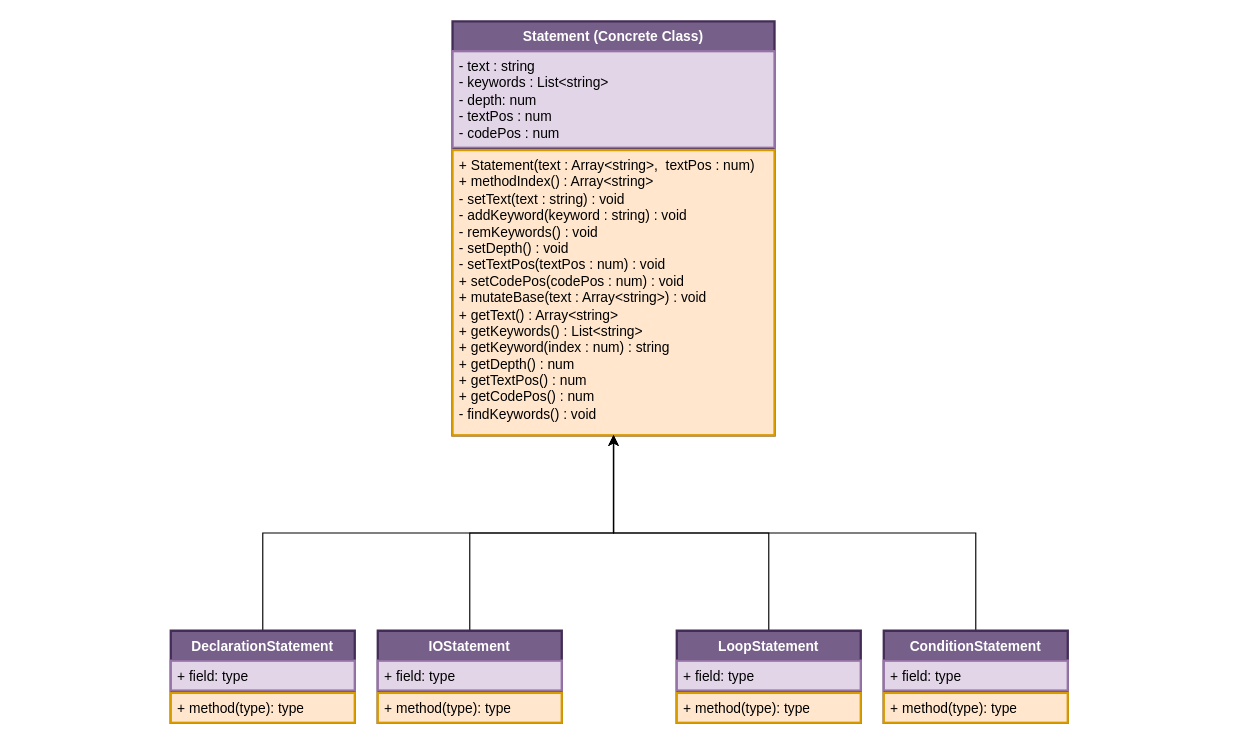
Before: page "Statement" (2 of 6) of dev/ClassDiagrams.drawio in BroerSakki/PseudoCompiler, a draw.io diagram. Source tidied: cells renumbered, new cells numbered last; positions are measured from the earlier drawing's top-left corner, leaving out a move shared by most shapes. Both pictures are drawn from the tidied source at 115%, with x=0, y=0 at pixel (170, 21).
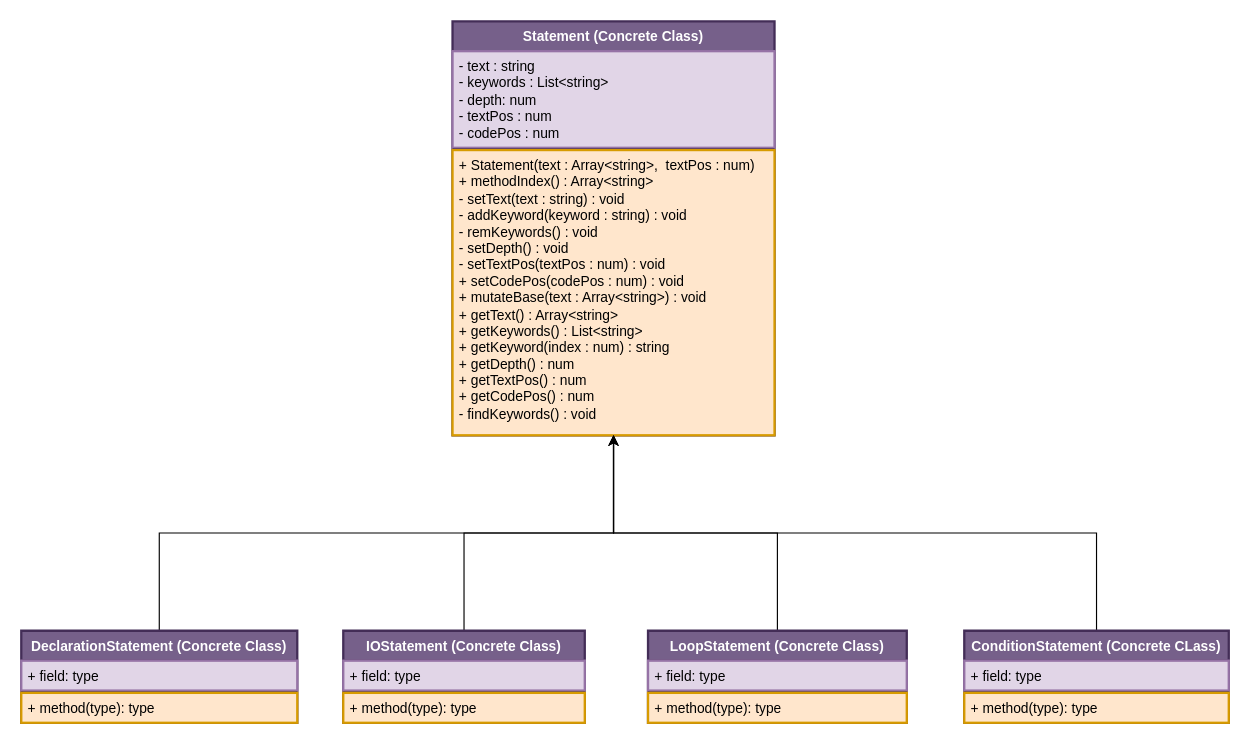
The same diagram, later.

Commit message (it also covers changes not shown here):
Class Diagrams version 2.0.1

Diff of the diagram source:
```diff
@@
-    <mxCell id="7" value="DeclarationStatement" style="swimlane;fontStyle=1;align=center;verticalAlign=top;horizontal=1;startSize=26;whiteSpace=wrap;html=1;fillColor=#76608a;strokeColor=#432D57;fontColor=#ffffff;strokeWidth=2;" parent="1" vertex="1">
-      <mxGeometry y="530" width="160" height="80" as="geometry" />
+    <mxCell id="7" value="DeclarationStatement (Concrete Class)" style="swimlane;fontStyle=1;align=center;verticalAlign=top;horizontal=1;startSize=26;whiteSpace=wrap;html=1;fillColor=#76608a;strokeColor=#432D57;fontColor=#ffffff;strokeWidth=2;" parent="1" vertex="1">
+      <mxGeometry x="-130" y="530" width="240" height="80" as="geometry" />
     </mxCell>
     <mxCell id="8" value="+ field: type" style="text;strokeColor=#9673a6;fillColor=#e1d5e7;align=left;verticalAlign=top;spacingLeft=4;spacingRight=4;overflow=hidden;whiteSpace=wrap;html=1;strokeWidth=2;" parent="7" vertex="1">
-      <mxGeometry y="26" width="160" height="26" as="geometry" />
+      <mxGeometry y="26" width="240" height="26" as="geometry" />
     </mxCell>
     <mxCell id="9" style="line;strokeWidth=1;fillColor=none;align=left;verticalAlign=middle;spacingTop=-1;spacingLeft=3;spacingRight=3;labelPosition=right;strokeColor=inherit;" parent="7" vertex="1">
-      <mxGeometry y="52" width="160" height="2" as="geometry" />
+      <mxGeometry y="52" width="240" height="2" as="geometry" />
     </mxCell>
     <mxCell id="10" value="+ method(type): type" style="text;strokeColor=#d79b00;fillColor=#ffe6cc;align=left;verticalAlign=top;spacingLeft=4;spacingRight=4;overflow=hidden;whiteSpace=wrap;html=1;strokeWidth=2;" parent="7" vertex="1">
-      <mxGeometry y="54" width="160" height="26" as="geometry" />
+      <mxGeometry y="54" width="240" height="26" as="geometry" />
     </mxCell>
@@
-    <mxCell id="12" value="IOStatement" style="swimlane;fontStyle=1;align=center;verticalAlign=top;horizontal=1;startSize=26;whiteSpace=wrap;html=1;fillColor=#76608a;strokeColor=#432D57;fontColor=#ffffff;strokeWidth=2;" parent="1" vertex="1">
-      <mxGeometry x="180" y="530" width="160" height="80" as="geometry" />
+    <mxCell id="12" value="IOStatement (Concrete Class)" style="swimlane;fontStyle=1;align=center;verticalAlign=top;horizontal=1;startSize=26;whiteSpace=wrap;html=1;fillColor=#76608a;strokeColor=#432D57;fontColor=#ffffff;strokeWidth=2;" parent="1" vertex="1">
+      <mxGeometry x="150" y="530" width="210" height="80" as="geometry" />
     </mxCell>
     <mxCell id="13" value="+ field: type" style="text;strokeColor=#9673a6;fillColor=#e1d5e7;align=left;verticalAlign=top;spacingLeft=4;spacingRight=4;overflow=hidden;whiteSpace=wrap;html=1;strokeWidth=2;" parent="12" vertex="1">
-      <mxGeometry y="26" width="160" height="26" as="geometry" />
+      <mxGeometry y="26" width="210" height="26" as="geometry" />
     </mxCell>
     <mxCell id="14" style="line;strokeWidth=1;fillColor=none;align=left;verticalAlign=middle;spacingTop=-1;spacingLeft=3;spacingRight=3;labelPosition=right;strokeColor=inherit;" parent="12" vertex="1">
-      <mxGeometry y="52" width="160" height="2" as="geometry" />
+      <mxGeometry y="52" width="210" height="2" as="geometry" />
     </mxCell>
     <mxCell id="15" value="+ method(type): type" style="text;strokeColor=#d79b00;fillColor=#ffe6cc;align=left;verticalAlign=top;spacingLeft=4;spacingRight=4;overflow=hidden;whiteSpace=wrap;html=1;strokeWidth=2;" parent="12" vertex="1">
-      <mxGeometry y="54" width="160" height="26" as="geometry" />
+      <mxGeometry y="54" width="210" height="26" as="geometry" />
     </mxCell>
@@
-    <mxCell id="17" value="ConditionStatement" style="swimlane;fontStyle=1;align=center;verticalAlign=top;horizontal=1;startSize=26;whiteSpace=wrap;html=1;fillColor=#76608a;strokeColor=#432D57;fontColor=#ffffff;strokeWidth=2;" parent="1" vertex="1">
-      <mxGeometry x="620" y="530" width="160" height="80" as="geometry" />
+    <mxCell id="17" value="ConditionStatement (Concrete CLass)" style="swimlane;fontStyle=1;align=center;verticalAlign=top;horizontal=1;startSize=26;whiteSpace=wrap;html=1;fillColor=#76608a;strokeColor=#432D57;fontColor=#ffffff;strokeWidth=2;" parent="1" vertex="1">
+      <mxGeometry x="690" y="530" width="230" height="80" as="geometry" />
     </mxCell>
     <mxCell id="18" value="+ field: type" style="text;strokeColor=#9673a6;fillColor=#e1d5e7;align=left;verticalAlign=top;spacingLeft=4;spacingRight=4;overflow=hidden;whiteSpace=wrap;html=1;strokeWidth=2;" parent="17" vertex="1">
-      <mxGeometry y="26" width="160" height="26" as="geometry" />
+      <mxGeometry y="26" width="230" height="26" as="geometry" />
     </mxCell>
     <mxCell id="19" style="line;strokeWidth=1;fillColor=none;align=left;verticalAlign=middle;spacingTop=-1;spacingLeft=3;spacingRight=3;labelPosition=right;strokeColor=inherit;" parent="17" vertex="1">
-      <mxGeometry y="52" width="160" height="2" as="geometry" />
+      <mxGeometry y="52" width="230" height="2" as="geometry" />
     </mxCell>
     <mxCell id="20" value="+ method(type): type" style="text;strokeColor=#d79b00;fillColor=#ffe6cc;align=left;verticalAlign=top;spacingLeft=4;spacingRight=4;overflow=hidden;whiteSpace=wrap;html=1;strokeWidth=2;" parent="17" vertex="1">
-      <mxGeometry y="54" width="160" height="26" as="geometry" />
+      <mxGeometry y="54" width="230" height="26" as="geometry" />
     </mxCell>
@@
-    <mxCell id="22" value="LoopStatement" style="swimlane;fontStyle=1;align=center;verticalAlign=top;horizontal=1;startSize=26;whiteSpace=wrap;html=1;fillColor=#76608a;strokeColor=#432D57;fontColor=#ffffff;strokeWidth=2;" parent="1" vertex="1">
-      <mxGeometry x="440" y="530" width="160" height="80" as="geometry" />
+    <mxCell id="22" value="LoopStatement (Concrete Class)" style="swimlane;fontStyle=1;align=center;verticalAlign=top;horizontal=1;startSize=26;whiteSpace=wrap;html=1;fillColor=#76608a;strokeColor=#432D57;fontColor=#ffffff;strokeWidth=2;" parent="1" vertex="1">
+      <mxGeometry x="415" y="530" width="225" height="80" as="geometry" />
     </mxCell>
     <mxCell id="23" value="+ field: type" style="text;strokeColor=#9673a6;fillColor=#e1d5e7;align=left;verticalAlign=top;spacingLeft=4;spacingRight=4;overflow=hidden;whiteSpace=wrap;html=1;strokeWidth=2;" parent="22" vertex="1">
-      <mxGeometry y="26" width="160" height="26" as="geometry" />
+      <mxGeometry y="26" width="225" height="26" as="geometry" />
     </mxCell>
     <mxCell id="24" style="line;strokeWidth=1;fillColor=none;align=left;verticalAlign=middle;spacingTop=-1;spacingLeft=3;spacingRight=3;labelPosition=right;strokeColor=inherit;" parent="22" vertex="1">
-      <mxGeometry y="52" width="160" height="2" as="geometry" />
+      <mxGeometry y="52" width="225" height="2" as="geometry" />
     </mxCell>
     <mxCell id="25" value="+ method(type): type" style="text;strokeColor=#d79b00;fillColor=#ffe6cc;align=left;verticalAlign=top;spacingLeft=4;spacingRight=4;overflow=hidden;whiteSpace=wrap;html=1;strokeWidth=2;" parent="22" vertex="1">
-      <mxGeometry y="54" width="160" height="26" as="geometry" />
+      <mxGeometry y="54" width="225" height="26" as="geometry" />
     </mxCell>
```
